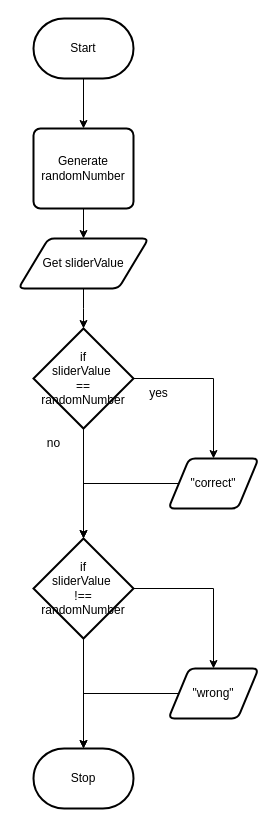
Above: design/flowchart.drawio in MTHS-ICD2O-1-2024/ICD2O-Unit-5-01-Domenic-dangelo (draw.io), before the change. Source tidied: cells renumbered, new cells numbered last; positions are measured from the earlier drawing's top-left corner, leaving out a move shared by most shapes. Both pictures are drawn from the tidied source at 100%, with x=0, y=0 at pixel (18, 18).
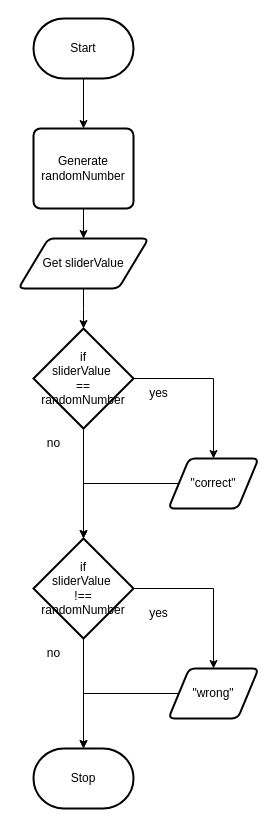
The same page after the edit.

Commit message (it also covers changes not shown here):
flowchart yes and no

The edit, as a diff of the source:
```diff
@@
+    <mxCell id="21" value="no" style="text;html=1;align=center;verticalAlign=middle;strokeColor=none;fillColor=none;" parent="1" vertex="1">
+      <mxGeometry x="15" y="620" width="40" height="30" as="geometry" />
+    </mxCell>
+    <mxCell id="22" value="yes" style="text;html=1;align=center;verticalAlign=middle;strokeColor=none;fillColor=none;" parent="1" vertex="1">
+      <mxGeometry x="120" y="580" width="40" height="30" as="geometry" />
+    </mxCell>
```
